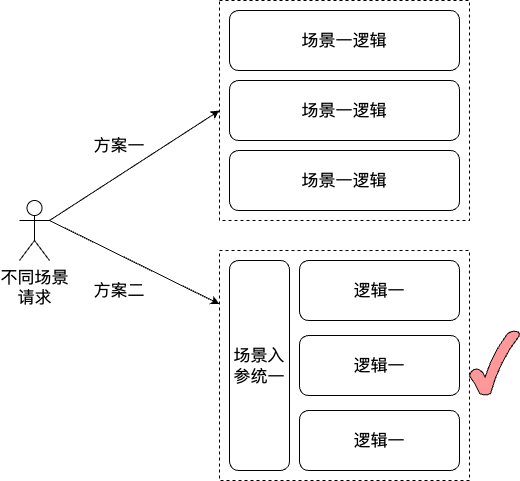
This is work-draw-file/场景接入的方案.png from liujunao/draw-data, a draw.io export, as it was before one commit. Source tidied: cells renumbered, new cells last; positions are measured from the earlier drawing's top-left corner, leaving out a move shared by most shapes. Source of this version:
```xml
<mxGraphModel>
  <root>
    <mxCell id="0" />
    <mxCell id="1" parent="0" />
    <mxCell id="2" style="rounded=0;whiteSpace=wrap;html=1;dashed=1;" parent="1" vertex="1">
      <mxGeometry x="200" y="250" width="250" height="230" as="geometry" />
    </mxCell>
    <mxCell id="3" style="rounded=0;whiteSpace=wrap;html=1;dashed=1;" parent="1" vertex="1">
      <mxGeometry x="200" width="250" height="220" as="geometry" />
    </mxCell>
    <mxCell id="4" value="&lt;font size=&quot;3&quot;&gt;场景一逻辑&lt;/font&gt;" style="rounded=1;whiteSpace=wrap;html=1;" parent="1" vertex="1">
      <mxGeometry x="210" y="10" width="230" height="60" as="geometry" />
    </mxCell>
    <mxCell id="5" value="&lt;font size=&quot;3&quot;&gt;场景入参统一&lt;/font&gt;" style="rounded=1;whiteSpace=wrap;html=1;" parent="1" vertex="1">
      <mxGeometry x="210" y="260" width="60" height="210" as="geometry" />
    </mxCell>
    <mxCell id="6" value="&lt;font size=&quot;3&quot;&gt;逻辑一&lt;/font&gt;" style="rounded=1;whiteSpace=wrap;html=1;" parent="1" vertex="1">
      <mxGeometry x="280" y="260" width="160" height="60" as="geometry" />
    </mxCell>
    <mxCell id="7" value="&lt;font size=&quot;3&quot;&gt;场景一逻辑&lt;/font&gt;" style="rounded=1;whiteSpace=wrap;html=1;" parent="1" vertex="1">
      <mxGeometry x="210" y="80" width="230" height="60" as="geometry" />
    </mxCell>
    <mxCell id="8" value="&lt;font size=&quot;3&quot;&gt;场景一逻辑&lt;/font&gt;" style="rounded=1;whiteSpace=wrap;html=1;" parent="1" vertex="1">
      <mxGeometry x="210" y="150" width="230" height="60" as="geometry" />
    </mxCell>
    <mxCell id="9" value="&lt;font size=&quot;3&quot;&gt;逻辑一&lt;/font&gt;" style="rounded=1;whiteSpace=wrap;html=1;" parent="1" vertex="1">
      <mxGeometry x="280" y="335" width="160" height="60" as="geometry" />
    </mxCell>
    <mxCell id="10" value="&lt;font size=&quot;3&quot;&gt;逻辑一&lt;/font&gt;" style="rounded=1;whiteSpace=wrap;html=1;" parent="1" vertex="1">
      <mxGeometry x="280" y="410" width="160" height="60" as="geometry" />
    </mxCell>
    <mxCell id="11" style="rounded=0;jettySize=auto;html=1;exitX=1;exitY=0.3333333333333333;exitDx=0;exitDy=0;exitPerimeter=0;entryX=0;entryY=0.5;entryDx=0;entryDy=0;" parent="1" edge="1" source="13" target="3">
      <mxGeometry relative="1" as="geometry" />
    </mxCell>
    <mxCell id="12" style="rounded=0;jettySize=auto;html=1;exitX=1;exitY=0.3333333333333333;exitDx=0;exitDy=0;exitPerimeter=0;" parent="1" edge="1" source="13" target="2">
      <mxGeometry relative="1" as="geometry" />
    </mxCell>
    <mxCell id="13" value="&lt;font size=&quot;3&quot;&gt;不同场景&lt;br&gt;请求&lt;br&gt;&lt;/font&gt;" style="shape=umlActor;verticalLabelPosition=bottom;verticalAlign=top;html=1;outlineConnect=0;" parent="1" vertex="1">
      <mxGeometry y="200" width="30" height="60" as="geometry" />
    </mxCell>
    <mxCell id="14" value="&lt;font size=&quot;3&quot;&gt;方案一&lt;/font&gt;" style="text;html=1;strokeColor=none;fillColor=none;align=center;verticalAlign=middle;whiteSpace=wrap;rounded=0;" parent="1" vertex="1">
      <mxGeometry x="70" y="130" width="60" height="30" as="geometry" />
    </mxCell>
    <mxCell id="15" value="&lt;font size=&quot;3&quot;&gt;方案二&lt;/font&gt;" style="text;html=1;strokeColor=none;fillColor=none;align=center;verticalAlign=middle;whiteSpace=wrap;rounded=0;" parent="1" vertex="1">
      <mxGeometry x="70" y="275" width="60" height="30" as="geometry" />
    </mxCell>
    <mxCell id="16" style="verticalLabelPosition=bottom;verticalAlign=top;html=1;shape=mxgraph.basic.tick;fillColor=#FF9999;" parent="1" vertex="1">
      <mxGeometry x="450" y="330" width="50" height="65" as="geometry" />
    </mxCell>
  </root>
</mxGraphModel>
```
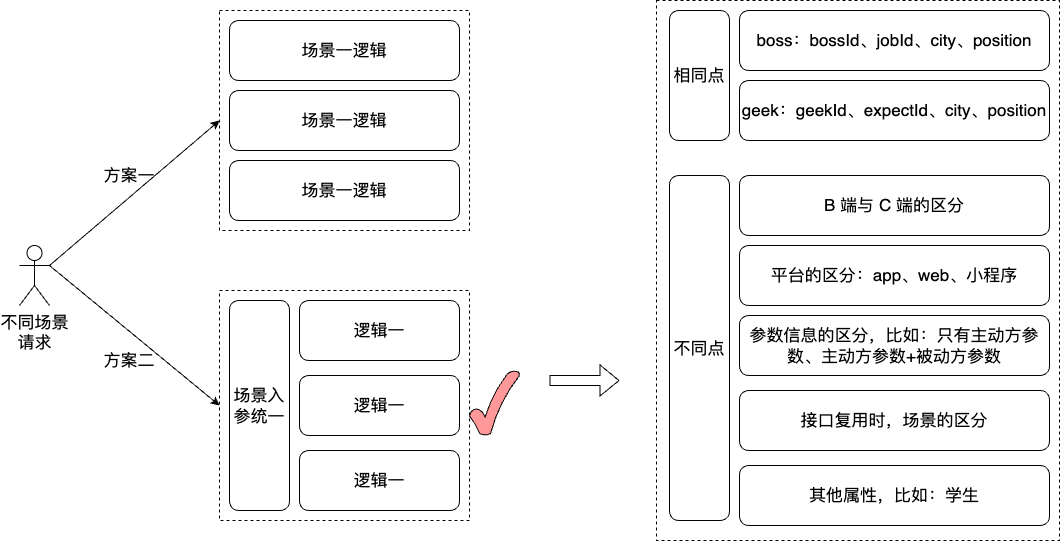
The same diagram one commit later.

Commit message:
更新场景接入的方案.png

What changed in the source:
```diff
@@ -2,8 +2,11 @@
   <root>
     <mxCell id="0" />
     <mxCell id="1" parent="0" />
+    <mxCell id="17" style="rounded=0;whiteSpace=wrap;html=1;dashed=1;" parent="1" vertex="1">
+      <mxGeometry x="637" y="-10" width="403" height="540" as="geometry" />
+    </mxCell>
     <mxCell id="2" style="rounded=0;whiteSpace=wrap;html=1;dashed=1;" parent="1" vertex="1">
-      <mxGeometry x="200" y="250" width="250" height="230" as="geometry" />
+      <mxGeometry x="200" y="280" width="250" height="230" as="geometry" />
     </mxCell>
     <mxCell id="3" style="rounded=0;whiteSpace=wrap;html=1;dashed=1;" parent="1" vertex="1">
       <mxGeometry x="200" width="250" height="220" as="geometry" />
@@ -12,10 +15,10 @@
       <mxGeometry x="210" y="10" width="230" height="60" as="geometry" />
     </mxCell>
     <mxCell id="5" value="&lt;font size=&quot;3&quot;&gt;场景入参统一&lt;/font&gt;" style="rounded=1;whiteSpace=wrap;html=1;" parent="1" vertex="1">
-      <mxGeometry x="210" y="260" width="60" height="210" as="geometry" />
+      <mxGeometry x="210" y="290" width="60" height="210" as="geometry" />
     </mxCell>
     <mxCell id="6" value="&lt;font size=&quot;3&quot;&gt;逻辑一&lt;/font&gt;" style="rounded=1;whiteSpace=wrap;html=1;" parent="1" vertex="1">
-      <mxGeometry x="280" y="260" width="160" height="60" as="geometry" />
+      <mxGeometry x="280" y="290" width="160" height="60" as="geometry" />
     </mxCell>
     <mxCell id="7" value="&lt;font size=&quot;3&quot;&gt;场景一逻辑&lt;/font&gt;" style="rounded=1;whiteSpace=wrap;html=1;" parent="1" vertex="1">
       <mxGeometry x="210" y="80" width="230" height="60" as="geometry" />
@@ -24,28 +27,61 @@
       <mxGeometry x="210" y="150" width="230" height="60" as="geometry" />
     </mxCell>
     <mxCell id="9" value="&lt;font size=&quot;3&quot;&gt;逻辑一&lt;/font&gt;" style="rounded=1;whiteSpace=wrap;html=1;" parent="1" vertex="1">
-      <mxGeometry x="280" y="335" width="160" height="60" as="geometry" />
+      <mxGeometry x="280" y="365" width="160" height="60" as="geometry" />
     </mxCell>
     <mxCell id="10" value="&lt;font size=&quot;3&quot;&gt;逻辑一&lt;/font&gt;" style="rounded=1;whiteSpace=wrap;html=1;" parent="1" vertex="1">
-      <mxGeometry x="280" y="410" width="160" height="60" as="geometry" />
+      <mxGeometry x="280" y="440" width="160" height="60" as="geometry" />
     </mxCell>
     <mxCell id="11" style="rounded=0;jettySize=auto;html=1;exitX=1;exitY=0.3333333333333333;exitDx=0;exitDy=0;exitPerimeter=0;entryX=0;entryY=0.5;entryDx=0;entryDy=0;" parent="1" edge="1" source="13" target="3">
       <mxGeometry relative="1" as="geometry" />
     </mxCell>
-    <mxCell id="12" style="rounded=0;jettySize=auto;html=1;exitX=1;exitY=0.3333333333333333;exitDx=0;exitDy=0;exitPerimeter=0;" parent="1" edge="1" source="13" target="2">
+    <mxCell id="12" style="rounded=0;jettySize=auto;html=1;exitX=1;exitY=0.3333333333333333;exitDx=0;exitDy=0;exitPerimeter=0;entryX=0;entryY=0.5;entryDx=0;entryDy=0;" parent="1" edge="1" source="13" target="2">
       <mxGeometry relative="1" as="geometry" />
     </mxCell>
     <mxCell id="13" value="&lt;font size=&quot;3&quot;&gt;不同场景&lt;br&gt;请求&lt;br&gt;&lt;/font&gt;" style="shape=umlActor;verticalLabelPosition=bottom;verticalAlign=top;html=1;outlineConnect=0;" parent="1" vertex="1">
-      <mxGeometry y="200" width="30" height="60" as="geometry" />
+      <mxGeometry y="235" width="30" height="60" as="geometry" />
     </mxCell>
     <mxCell id="14" value="&lt;font size=&quot;3&quot;&gt;方案一&lt;/font&gt;" style="text;html=1;strokeColor=none;fillColor=none;align=center;verticalAlign=middle;whiteSpace=wrap;rounded=0;" parent="1" vertex="1">
-      <mxGeometry x="70" y="130" width="60" height="30" as="geometry" />
+      <mxGeometry x="80" y="150" width="60" height="30" as="geometry" />
     </mxCell>
     <mxCell id="15" value="&lt;font size=&quot;3&quot;&gt;方案二&lt;/font&gt;" style="text;html=1;strokeColor=none;fillColor=none;align=center;verticalAlign=middle;whiteSpace=wrap;rounded=0;" parent="1" vertex="1">
-      <mxGeometry x="70" y="275" width="60" height="30" as="geometry" />
+      <mxGeometry x="80" y="335" width="60" height="30" as="geometry" />
     </mxCell>
     <mxCell id="16" style="verticalLabelPosition=bottom;verticalAlign=top;html=1;shape=mxgraph.basic.tick;fillColor=#FF9999;" parent="1" vertex="1">
-      <mxGeometry x="450" y="330" width="50" height="65" as="geometry" />
+      <mxGeometry x="450" y="360" width="50" height="65" as="geometry" />
     </mxCell>
+    <mxCell id="18" value="&lt;font size=&quot;3&quot;&gt;相同点&lt;/font&gt;" style="rounded=1;whiteSpace=wrap;html=1;" parent="1" vertex="1">
+      <mxGeometry x="650" width="60" height="130" as="geometry" />
+    </mxCell>
+    <mxCell id="19" value="&lt;font size=&quot;3&quot;&gt;boss：bossId、jobId、city、position&lt;/font&gt;" style="rounded=1;whiteSpace=wrap;html=1;" parent="1" vertex="1">
+      <mxGeometry x="720" width="310" height="60" as="geometry" />
+    </mxCell>
+    <mxCell id="20" value="&lt;font size=&quot;3&quot;&gt;geek：geekId、expectId、city、position&lt;/font&gt;" style="rounded=1;whiteSpace=wrap;html=1;" parent="1" vertex="1">
+      <mxGeometry x="720" y="70" width="310" height="60" as="geometry" />
+    </mxCell>
+    <mxCell id="21" value="&lt;font size=&quot;3&quot;&gt;不同点&lt;/font&gt;" style="rounded=1;whiteSpace=wrap;html=1;" parent="1" vertex="1">
+      <mxGeometry x="650" y="165" width="60" height="345" as="geometry" />
+    </mxCell>
+    <mxCell id="22" value="&lt;font size=&quot;3&quot;&gt;B 端与 C 端的区分&lt;/font&gt;" style="rounded=1;whiteSpace=wrap;html=1;" parent="1" vertex="1">
+      <mxGeometry x="720" y="165" width="310" height="60" as="geometry" />
+    </mxCell>
+    <mxCell id="23" value="&lt;font size=&quot;3&quot;&gt;平台的区分：app、web、小程序&lt;/font&gt;" style="rounded=1;whiteSpace=wrap;html=1;" parent="1" vertex="1">
+      <mxGeometry x="720" y="235" width="310" height="60" as="geometry" />
+    </mxCell>
+    <mxCell id="24" value="&lt;font size=&quot;3&quot;&gt;参数信息的区分，比如：只有主动方参数、主动方参数+被动方参数&lt;/font&gt;" style="rounded=1;whiteSpace=wrap;html=1;" parent="1" vertex="1">
+      <mxGeometry x="720" y="305" width="310" height="60" as="geometry" />
+    </mxCell>
+    <mxCell id="25" value="&lt;font size=&quot;3&quot;&gt;其他属性，比如：学生&lt;/font&gt;" style="rounded=1;whiteSpace=wrap;html=1;" parent="1" vertex="1">
+      <mxGeometry x="720" y="455" width="310" height="60" as="geometry" />
+    </mxCell>
+    <mxCell id="26" value="&lt;font size=&quot;3&quot;&gt;接口复用时，场景的区分&lt;/font&gt;" style="rounded=1;whiteSpace=wrap;html=1;" parent="1" vertex="1">
+      <mxGeometry x="720" y="380" width="310" height="60" as="geometry" />
+    </mxCell>
+    <mxCell id="27" style="shape=flexArrow;endArrow=classic;html=1;rounded=0;" parent="1" edge="1">
+      <mxGeometry relative="1" as="geometry">
+        <mxPoint x="530" y="370" as="sourcePoint" />
+        <mxPoint x="600" y="370" as="targetPoint" />
+      </mxGeometry>
+    </mxCell>
   </root>
 </mxGraphModel>
```
